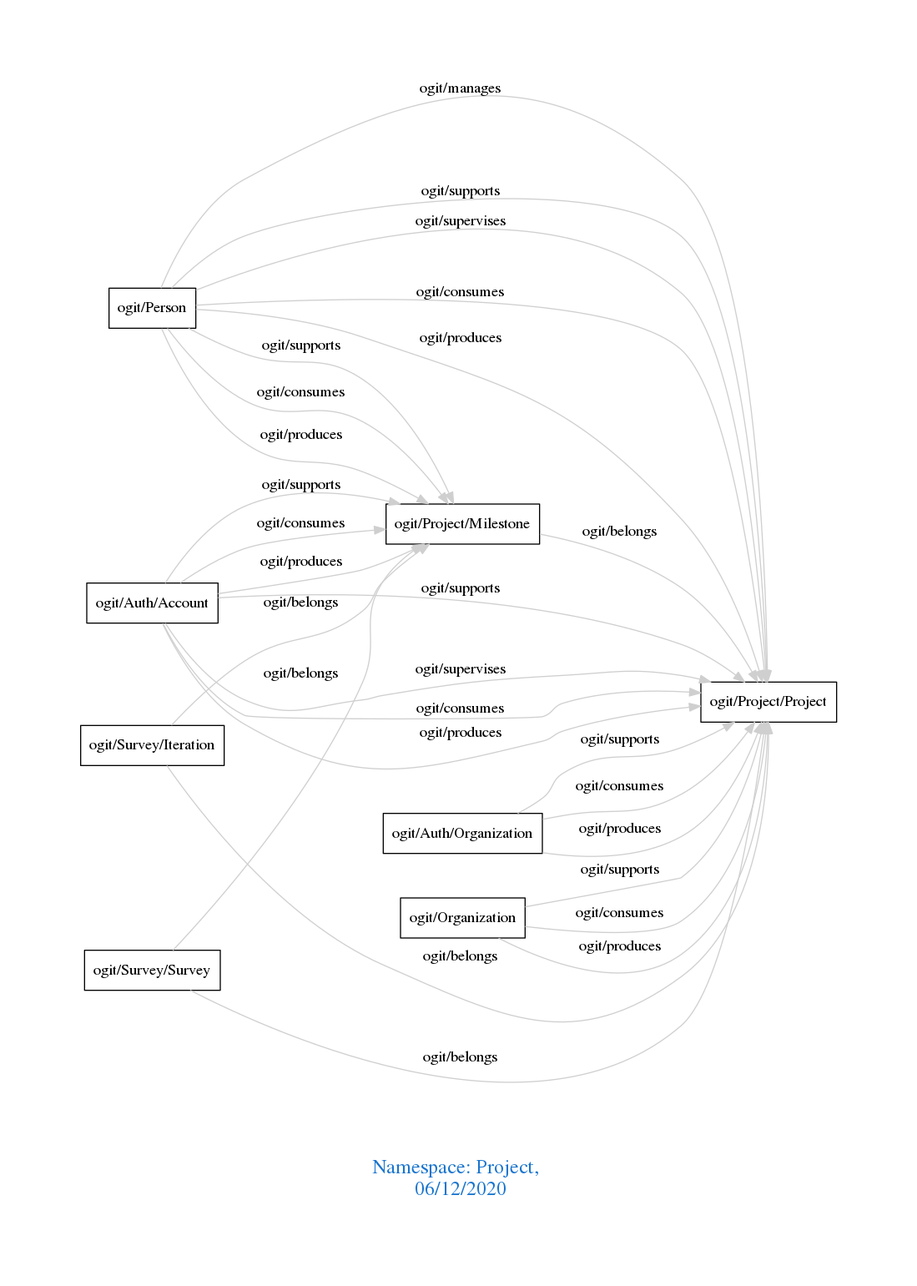
arago/OGIT keeps this Graphviz diagram as downloads/Project.png. Above is the earlier version. Its source is kept beside it as downloads/Project.dot.
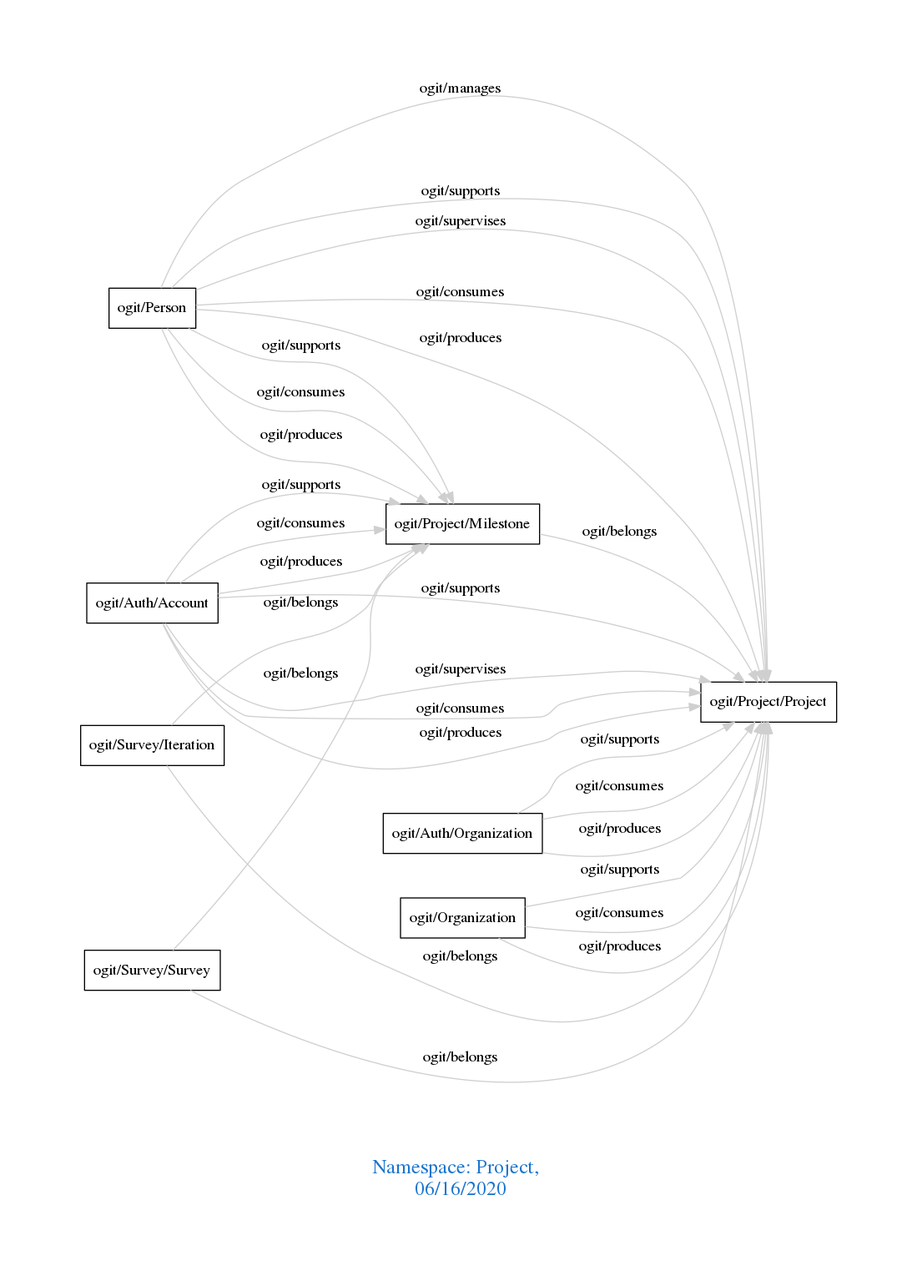
The same diagram one commit later.

Change to the diagram source:
```diff
@@ -1,7 +1,7 @@
 digraph OGIT_ontology {
  graph [ rankdir= LR,pad=1
 fontsize = 18,
-fontcolor= dodgerblue3,label = "\n\n\nNamespace: Project, \n 06/12/2020"];
+fontcolor= dodgerblue3,label = "\n\n\nNamespace: Project, \n 06/16/2020"];
 node[shape=polygon];
 edge [  color="gray81"];
 
```
